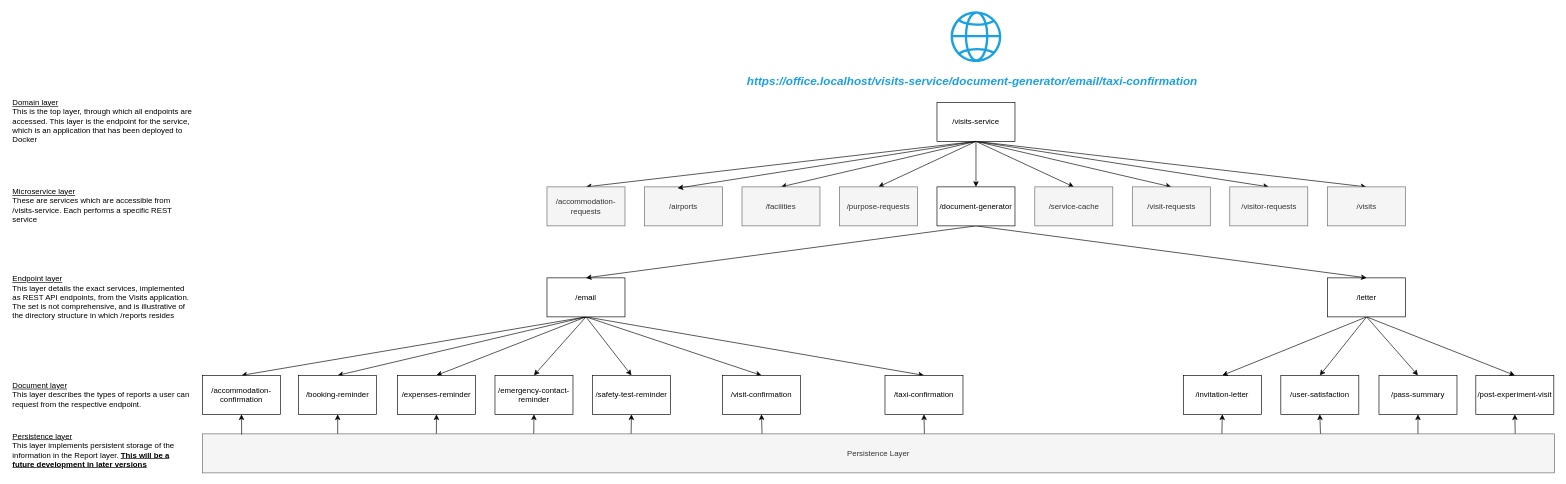
Above: Service URL hierarchy.drawio in ambolt314/FinalProjectDesign (draw.io), before the change. Source tidied: cells renumbered, new cells numbered last; positions are measured from the earlier drawing's top-left corner, leaving out a move shared by most shapes. Both pictures are drawn from the tidied source at 65%, with x=0, y=0 at pixel (11, 11).
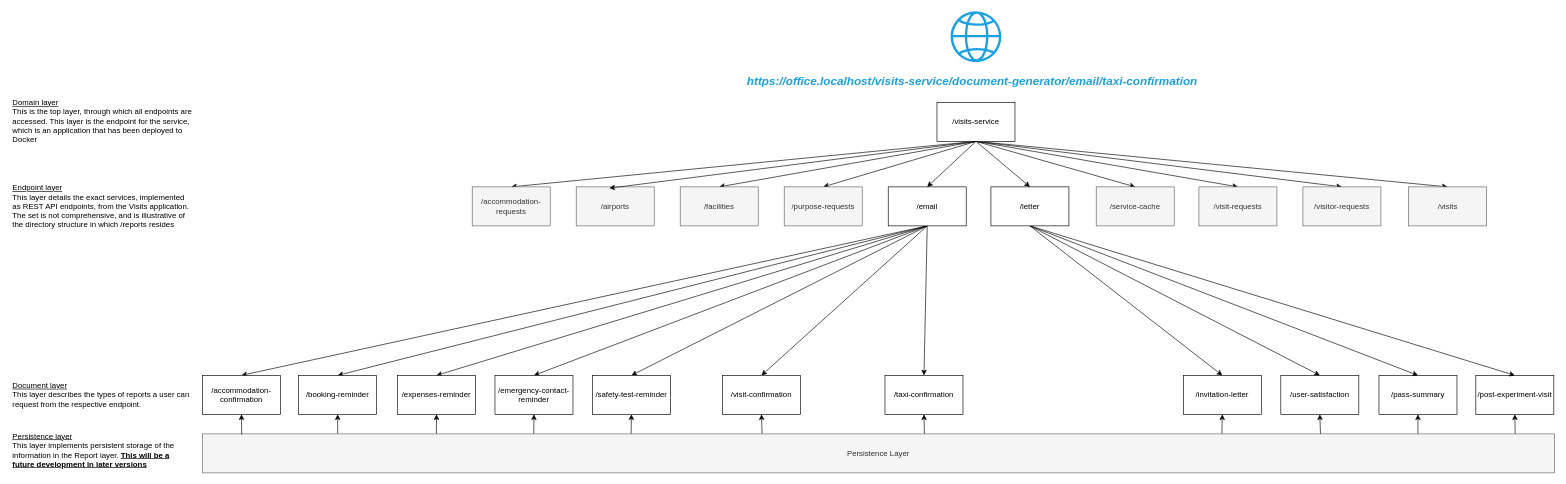
After the change.

Commit message:
Removed intermediate layer

Unchanged cells that the change refers to:
```xml
<mxCell id="10" value="/visits-service" style="rounded=0;whiteSpace=wrap;html=1;" parent="1" vertex="1">
  <mxGeometry x="1424" y="140" width="120" height="60" as="geometry" />
</mxCell>
```

What changed in the source:
```diff
@@
-    <mxCell id="2" style="edgeStyle=none;rounded=0;jettySize=auto;html=1;" parent="1" edge="1" source="10" target="50">
-      <mxGeometry relative="1" as="geometry" />
-    </mxCell>
@@
     <mxCell id="11" value="/airports" style="rounded=0;whiteSpace=wrap;html=1;fillColor=#f5f5f5;fontColor=#333333;strokeColor=#666666;" parent="1" vertex="1">
-      <mxGeometry x="974" y="270" width="120" height="60" as="geometry" />
+      <mxGeometry x="869" y="270" width="120" height="60" as="geometry" />
     </mxCell>
@@
     <mxCell id="19" value="/email" style="rounded=0;whiteSpace=wrap;html=1;" parent="1" vertex="1">
-      <mxGeometry x="824" y="410" width="120" height="60" as="geometry" />
+      <mxGeometry x="1349" y="270" width="120" height="60" as="geometry" />
     </mxCell>
@@
     <mxCell id="21" value="/visit-requests" style="rounded=0;whiteSpace=wrap;html=1;fillColor=#f5f5f5;fontColor=#333333;strokeColor=#666666;" parent="1" vertex="1">
-      <mxGeometry x="1724.5" y="270" width="120" height="60" as="geometry" />
+      <mxGeometry x="1827" y="270" width="120" height="60" as="geometry" />
     </mxCell>
     <mxCell id="22" value="/accommodation-requests" style="rounded=0;whiteSpace=wrap;html=1;fillColor=#f5f5f5;fontColor=#333333;strokeColor=#666666;" parent="1" vertex="1">
-      <mxGeometry x="824" y="270" width="120" height="60" as="geometry" />
+      <mxGeometry x="709" y="270" width="120" height="60" as="geometry" />
     </mxCell>
     <mxCell id="23" value="/facilities" style="rounded=0;whiteSpace=wrap;html=1;fillColor=#f5f5f5;fontColor=#333333;strokeColor=#666666;" parent="1" vertex="1">
-      <mxGeometry x="1124" y="270" width="120" height="60" as="geometry" />
+      <mxGeometry x="1029" y="270" width="120" height="60" as="geometry" />
     </mxCell>
     <mxCell id="24" value="/purpose-requests" style="rounded=0;whiteSpace=wrap;html=1;fillColor=#f5f5f5;fontColor=#333333;strokeColor=#666666;" parent="1" vertex="1">
-      <mxGeometry x="1274" y="270" width="120" height="60" as="geometry" />
+      <mxGeometry x="1189" y="270" width="120" height="60" as="geometry" />
     </mxCell>
     <mxCell id="25" value="/service-cache" style="rounded=0;whiteSpace=wrap;html=1;fillColor=#f5f5f5;fontColor=#333333;strokeColor=#666666;" parent="1" vertex="1">
-      <mxGeometry x="1574.5" y="270" width="120" height="60" as="geometry" />
+      <mxGeometry x="1669" y="270" width="120" height="60" as="geometry" />
     </mxCell>
     <mxCell id="26" value="/visitor-requests" style="rounded=0;whiteSpace=wrap;html=1;fillColor=#f5f5f5;fontColor=#333333;strokeColor=#666666;" parent="1" vertex="1">
-      <mxGeometry x="1874.5" y="270" width="120" height="60" as="geometry" />
+      <mxGeometry x="1987" y="270" width="120" height="60" as="geometry" />
     </mxCell>
     <mxCell id="27" value="/visits" style="rounded=0;whiteSpace=wrap;html=1;fillColor=#f5f5f5;fontColor=#333333;strokeColor=#666666;" parent="1" vertex="1">
-      <mxGeometry x="2024.5" y="270" width="120" height="60" as="geometry" />
+      <mxGeometry x="2149.5" y="270" width="120" height="60" as="geometry" />
     </mxCell>
@@
     <mxCell id="33" value="&lt;u&gt;Endpoint layer&lt;/u&gt;&lt;div align=&quot;left&quot;&gt;This layer details the exact services, implemented as REST API endpoints, from the Visits application. The set is not comprehensive, and is illustrative of the directory structure in which /reports resides&lt;br&gt;&lt;/div&gt;" style="text;html=1;align=left;verticalAlign=middle;whiteSpace=wrap;rounded=0;" parent="1" vertex="1">
-      <mxGeometry y="425" width="280" height="30" as="geometry" />
+      <mxGeometry y="285" width="280" height="30" as="geometry" />
     </mxCell>
@@
     <mxCell id="47" value="&lt;div&gt;/letter&lt;/div&gt;" style="rounded=0;whiteSpace=wrap;html=1;" parent="1" vertex="1">
-      <mxGeometry x="2025" y="410" width="120" height="60" as="geometry" />
+      <mxGeometry x="1507" y="270" width="120" height="60" as="geometry" />
     </mxCell>
-    <mxCell id="48" style="edgeStyle=none;rounded=0;jettySize=auto;html=1;entryX=0.5;entryY=0;entryDx=0;entryDy=0;exitX=0.5;exitY=1;exitDx=0;exitDy=0;" parent="1" edge="1" source="50" target="19">
+    <mxCell id="48" style="edgeStyle=none;rounded=0;jettySize=auto;html=1;entryX=0.5;entryY=0;entryDx=0;entryDy=0;exitX=0.5;exitY=1;exitDx=0;exitDy=0;" parent="1" edge="1" source="10" target="19">
       <mxGeometry relative="1" as="geometry" />
     </mxCell>
-    <mxCell id="49" style="edgeStyle=none;rounded=0;jettySize=auto;html=1;entryX=0.5;entryY=0;entryDx=0;entryDy=0;exitX=0.5;exitY=1;exitDx=0;exitDy=0;" parent="1" edge="1" source="50" target="47">
+    <mxCell id="49" style="edgeStyle=none;rounded=0;jettySize=auto;html=1;entryX=0.5;entryY=0;entryDx=0;entryDy=0;exitX=0.5;exitY=1;exitDx=0;exitDy=0;" parent="1" edge="1" source="10" target="47">
       <mxGeometry relative="1" as="geometry" />
     </mxCell>
-    <mxCell id="50" value="&lt;div&gt;/document-generator&lt;/div&gt;" style="rounded=0;whiteSpace=wrap;html=1;" parent="1" vertex="1">
-      <mxGeometry x="1424" y="270" width="120" height="60" as="geometry" />
-    </mxCell>
@@
-    <mxCell id="52" value="&lt;div align=&quot;left&quot;&gt;&lt;u&gt;Microservice layer&lt;/u&gt;&lt;/div&gt;&lt;div align=&quot;left&quot;&gt;These are services which are accessible from /visits-service. Each performs a specific REST service&lt;br&gt;&lt;/div&gt;" style="text;html=1;align=left;verticalAlign=middle;whiteSpace=wrap;rounded=0;" parent="1" vertex="1">
-      <mxGeometry y="284" width="280" height="30" as="geometry" />
-    </mxCell>
```
